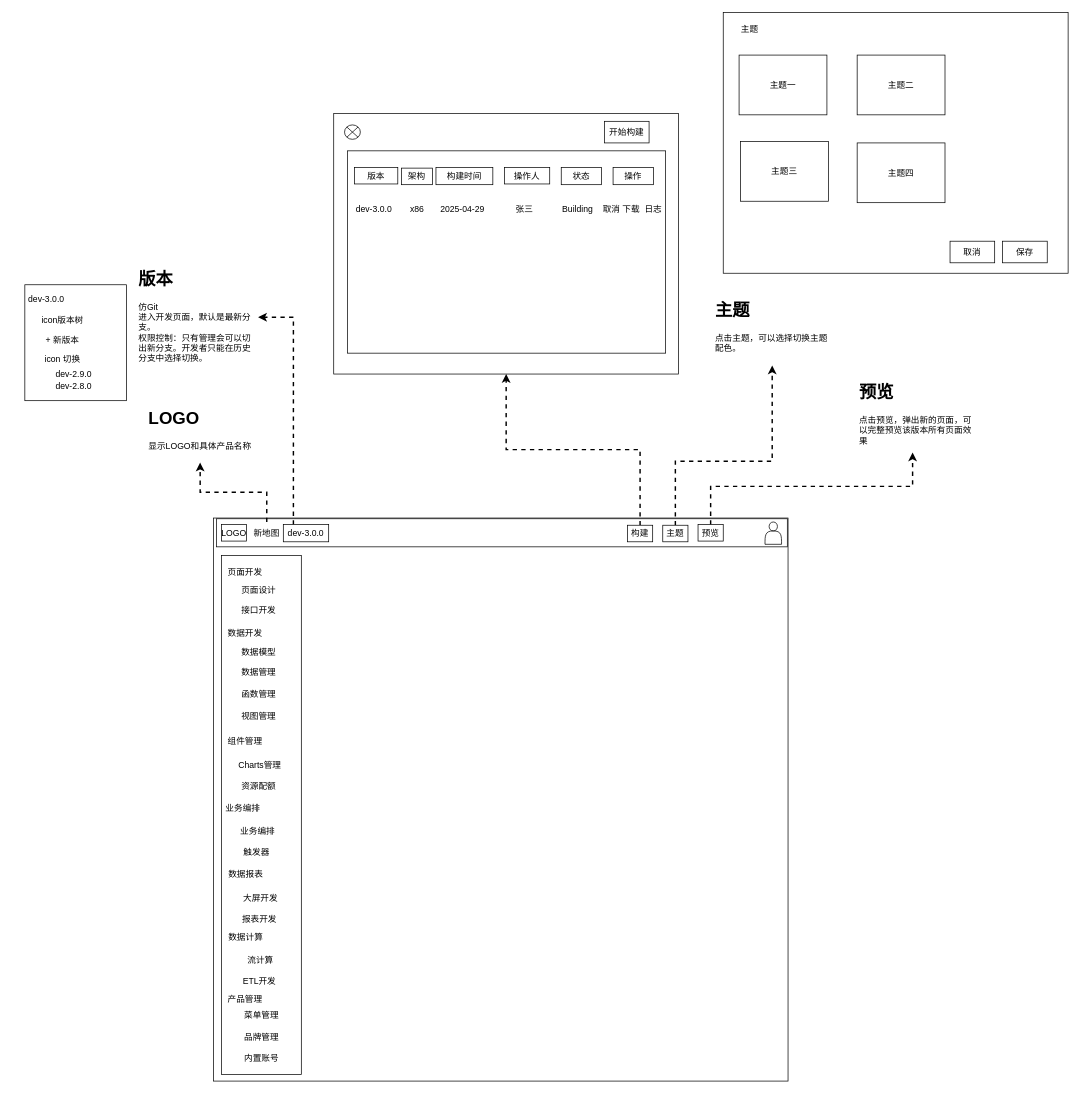
The draw.io diagram page "开发页面菜单" (2 of 4) of 研发平台-prd.drawio in yuhuo123/rd-platform-design, before the edit. Source tidied: cells renumbered, new cells numbered last; positions are measured from the earlier drawing's top-left corner, leaving out a move shared by most shapes. Both pictures are drawn from the tidied source at 72%, with x=0, y=0 at pixel (24, 12).
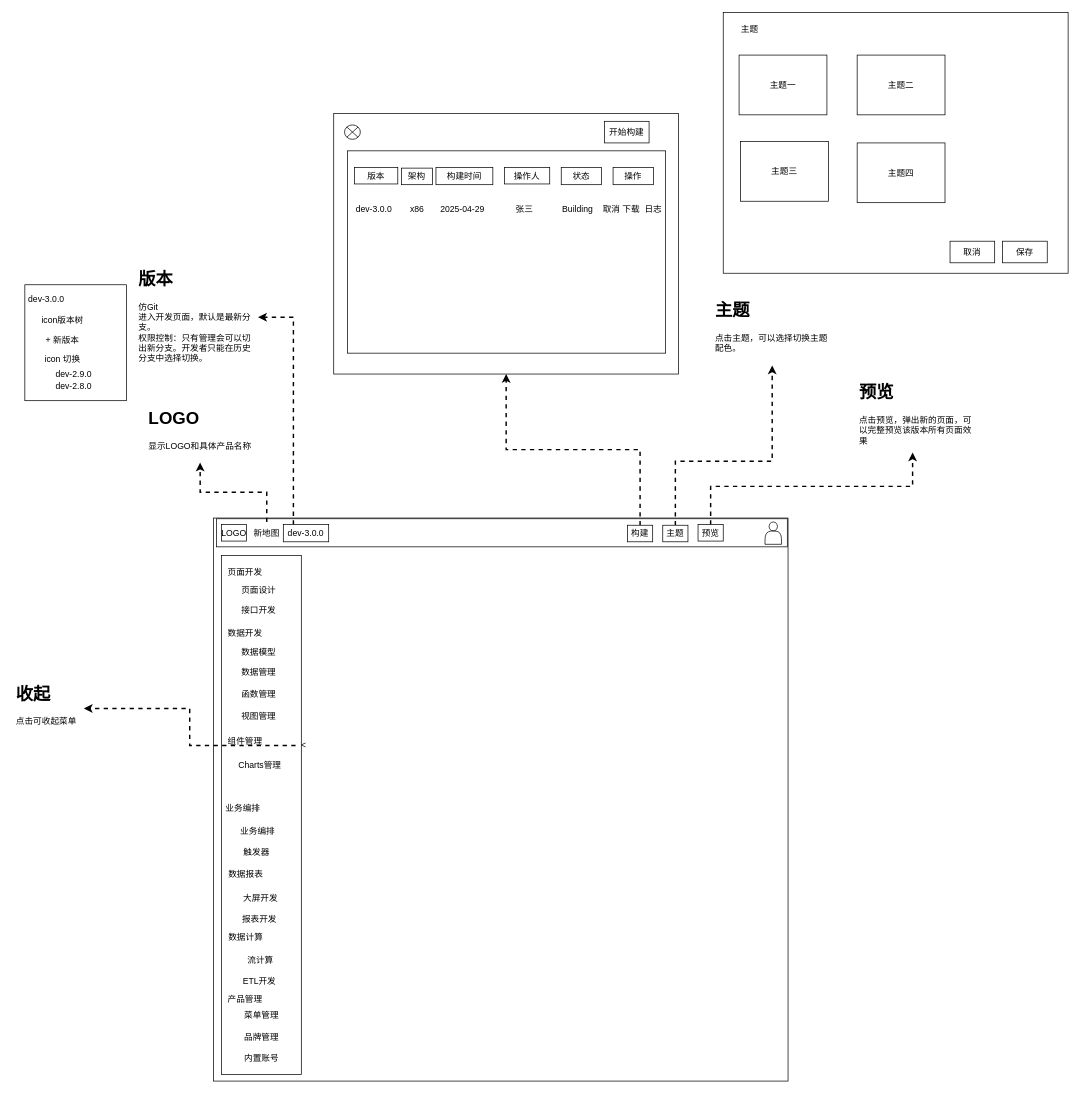
The same page after the edit.

The edit, as a diff of the source:
```diff
@@
-    <mxCell id="25" value="资源配额" style="text;html=1;strokeColor=none;fillColor=none;align=center;verticalAlign=middle;whiteSpace=wrap;rounded=0;" parent="1" vertex="1">
-      <mxGeometry x="295" y="1060" width="60" height="30" as="geometry" />
-    </mxCell>
@@
+    <mxCell id="76" style="edgeStyle=orthogonalEdgeStyle;rounded=0;jettySize=auto;html=1;strokeWidth=2;dashed=1;" parent="1" edge="1" source="77" target="78">
+      <mxGeometry relative="1" as="geometry" />
+    </mxCell>
+    <mxCell id="77" value="&amp;lt;" style="text;html=1;align=center;verticalAlign=middle;whiteSpace=wrap;rounded=0;" parent="1" vertex="1">
+      <mxGeometry x="376" y="1003" width="23" height="30" as="geometry" />
+    </mxCell>
+    <mxCell id="78" value="&lt;h1&gt;收起&lt;/h1&gt;&lt;div&gt;点击可收起菜单&lt;/div&gt;" style="text;html=1;strokeColor=none;fillColor=none;spacing=5;spacingTop=-20;whiteSpace=wrap;overflow=hidden;rounded=0;labelBorderColor=none;" parent="1" vertex="1">
+      <mxGeometry x="-17" y="927" width="99" height="79" as="geometry" />
+    </mxCell>
```
